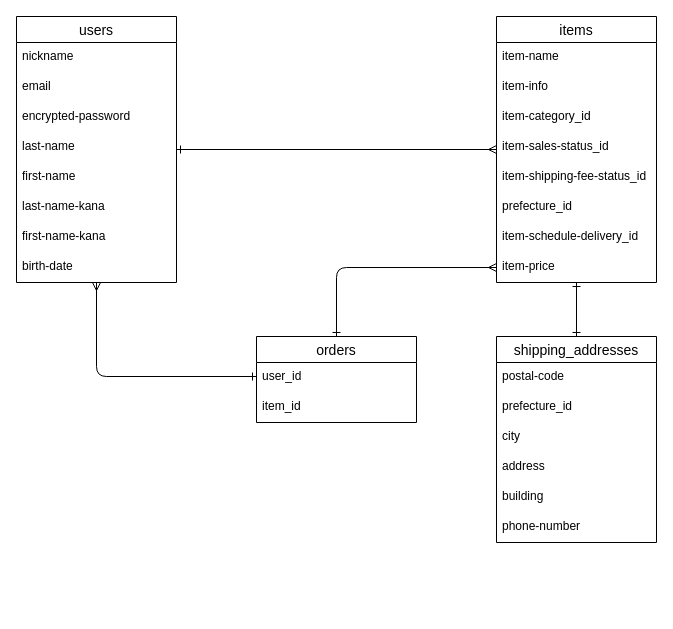
Above: er.dio in yuhorn/furima-38660 (draw.io), before the change. Source tidied: cells renumbered, new cells numbered last; positions are measured from the earlier drawing's top-left corner, leaving out a move shared by most shapes. Both pictures are drawn from the tidied source at 100%, with x=0, y=0 at pixel (16, 16).
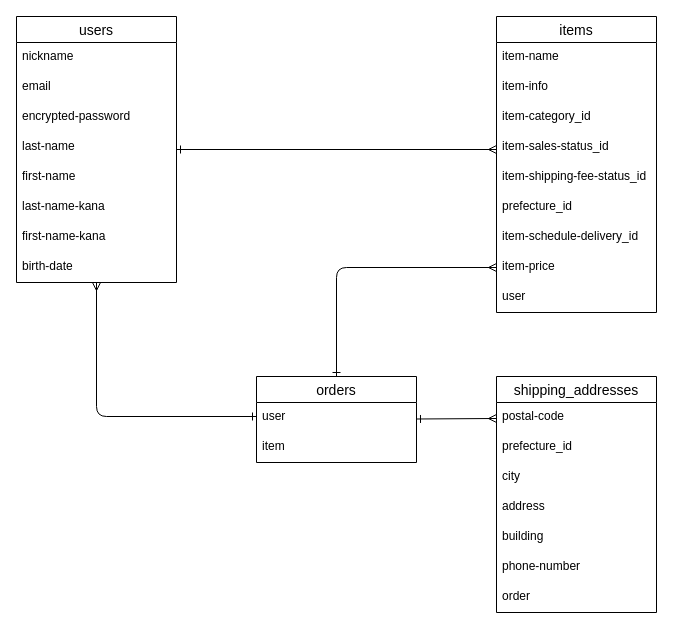
Above is the later version.

Commit message (it also covers changes not shown here):
レビュー後修正２

Unchanged cells that the change refers to:
```xml
<mxCell id="7" value="last-name" style="text;strokeColor=none;fillColor=none;spacingLeft=4;spacingRight=4;overflow=hidden;points=[[0,0.5],[1,0.5]];portConstraint=eastwest;fontSize=12;" parent="3" vertex="1">
  <mxGeometry y="116" width="160" height="30" as="geometry" />
</mxCell>
<mxCell id="16" value="item-sales-status_id" style="text;strokeColor=none;fillColor=none;spacingLeft=4;spacingRight=4;overflow=hidden;points=[[0,0.5],[1,0.5]];portConstraint=eastwest;fontSize=12;" parent="12" vertex="1">
  <mxGeometry y="116" width="160" height="30" as="geometry" />
</mxCell>
<mxCell id="27" value="postal-code" style="text;strokeColor=none;fillColor=none;spacingLeft=4;spacingRight=4;overflow=hidden;points=[[0,0.5],[1,0.5]];portConstraint=eastwest;fontSize=12;" parent="26" vertex="1">
  <mxGeometry y="26" width="160" height="30" as="geometry" />
</mxCell>
```

Diff of the diagram source:
```diff
@@
-    <mxCell id="2" style="edgeStyle=none;html=1;endArrow=ERmany;endFill=0;startArrow=ERone;startFill=0;exitX=1;exitY=0.567;exitDx=0;exitDy=0;exitPerimeter=0;" parent="1" edge="1" source="7" target="12">
+    <mxCell id="2" style="edgeStyle=none;html=1;endArrow=ERmany;endFill=0;startArrow=ERone;startFill=0;exitX=1;exitY=0.567;exitDx=0;exitDy=0;exitPerimeter=0;entryX=0;entryY=0.567;entryDx=0;entryDy=0;entryPerimeter=0;" parent="1" edge="1" source="7" target="16">
       <mxGeometry relative="1" as="geometry" />
     </mxCell>
@@
     <mxCell id="12" value="items" style="swimlane;fontStyle=0;horizontal=1;startSize=26;align=center;fontSize=14;labelBackgroundColor=default;labelBorderColor=none;swimlaneFillColor=default;" parent="1" vertex="1">
-      <mxGeometry x="480" width="160" height="266" as="geometry" />
+      <mxGeometry x="480" width="160" height="296" as="geometry" />
     </mxCell>
@@
+    <mxCell id="34" value="user" style="text;strokeColor=none;fillColor=none;spacingLeft=4;spacingRight=4;overflow=hidden;fontSize=12;" parent="12" vertex="1">
+      <mxGeometry y="266" width="160" height="30" as="geometry" />
+    </mxCell>
@@
     <mxCell id="22" value="orders" style="swimlane;fontStyle=0;horizontal=1;startSize=26;align=center;fontSize=14;labelBackgroundColor=default;labelBorderColor=none;swimlaneFillColor=default;" parent="1" vertex="1">
-      <mxGeometry x="240" y="320" width="160" height="86" as="geometry" />
+      <mxGeometry x="240" y="360" width="160" height="86" as="geometry" />
     </mxCell>
-    <mxCell id="23" value="user_id" style="text;strokeColor=none;fillColor=none;spacingLeft=4;spacingRight=4;overflow=hidden;points=[[0,0.5],[1,0.5]];portConstraint=eastwest;fontSize=12;" parent="22" vertex="1">
+    <mxCell id="23" value="user" style="text;strokeColor=none;fillColor=none;spacingLeft=4;spacingRight=4;overflow=hidden;points=[[0,0.5],[1,0.5]];portConstraint=eastwest;fontSize=12;" parent="22" vertex="1">
       <mxGeometry y="26" width="160" height="30" as="geometry" />
     </mxCell>
-    <mxCell id="24" value="item_id" style="text;strokeColor=none;fillColor=none;spacingLeft=4;spacingRight=4;overflow=hidden;fontSize=12;" parent="22" vertex="1">
+    <mxCell id="24" value="item" style="text;strokeColor=none;fillColor=none;spacingLeft=4;spacingRight=4;overflow=hidden;fontSize=12;" parent="22" vertex="1">
       <mxGeometry y="56" width="160" height="30" as="geometry" />
     </mxCell>
-    <mxCell id="25" style="html=1;startArrow=ERone;startFill=0;endArrow=ERone;endFill=0;entryX=0.5;entryY=0;entryDx=0;entryDy=0;entryPerimeter=0;" parent="1" edge="1" source="12" target="26">
+    <mxCell id="25" style="html=1;startArrow=ERone;startFill=0;endArrow=ERmany;endFill=0;entryX=0;entryY=0.533;entryDx=0;entryDy=0;entryPerimeter=0;" parent="1" edge="1" source="22" target="27">
       <mxGeometry relative="1" as="geometry" />
     </mxCell>
     <mxCell id="26" value="shipping_addresses" style="swimlane;fontStyle=0;horizontal=1;startSize=26;align=center;fontSize=14;" parent="1" vertex="1">
-      <mxGeometry x="480" y="320" width="160" height="206" as="geometry" />
+      <mxGeometry x="480" y="360" width="160" height="236" as="geometry" />
     </mxCell>
@@
+    <mxCell id="35" value="order" style="text;strokeColor=none;fillColor=none;spacingLeft=4;spacingRight=4;overflow=hidden;fontSize=12;" parent="26" vertex="1">
+      <mxGeometry y="206" width="160" height="30" as="geometry" />
+    </mxCell>
```
